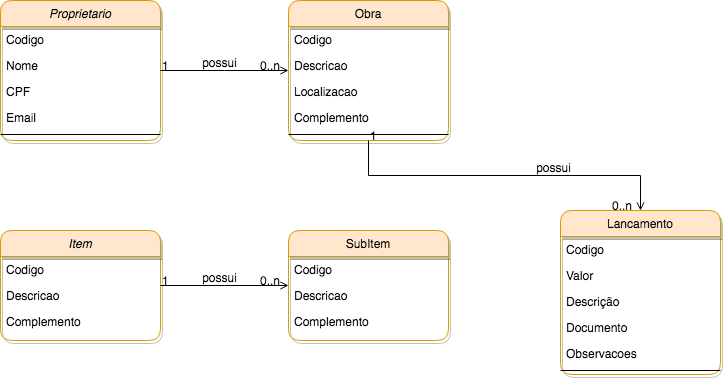
Earlier version of the draw.io export documentos/modelo-conceitual-completo.png (marcoswagner-commits/aula_daw). Source tidied: cells renumbered, new cells last; positions are measured from the earlier drawing's top-left corner, leaving out a move shared by most shapes.
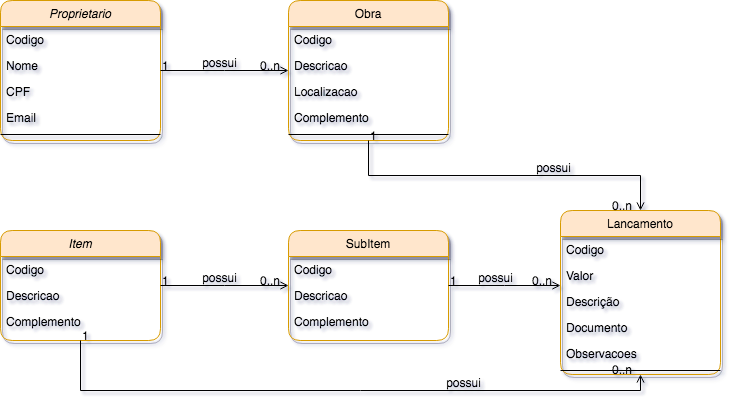
After the change.

What changed in the source:
```diff
@@ -143,5 +143,48 @@
         <mxPoint x="-38" y="40" as="offset" />
       </mxGeometry>
     </mxCell>
+    <mxCell id="41" style="endArrow=open;shadow=0;strokeWidth=1;rounded=0;endFill=1;edgeStyle=elbowEdgeStyle;elbow=vertical;" parent="1" edge="1" source="18" target="30">
+      <mxGeometry x="0.5" y="41" relative="1" as="geometry">
+        <Array as="points">
+          <mxPoint x="340" y="390" />
+        </Array>
+        <mxPoint x="-40" y="32" as="offset" />
+      </mxGeometry>
+    </mxCell>
+    <mxCell id="42" value="1" style="align=left;verticalAlign=bottom;labelBackgroundColor=none;fontSize=12;" parent="41" vertex="1">
+      <mxGeometry x="-1" relative="1" as="geometry">
+        <mxPoint y="4" as="offset" />
+      </mxGeometry>
+    </mxCell>
+    <mxCell id="43" value="0..n" style="align=right;verticalAlign=bottom;labelBackgroundColor=none;fontSize=12;" parent="41" vertex="1">
+      <mxGeometry x="1" relative="1" as="geometry">
+        <mxPoint x="-7" y="4" as="offset" />
+      </mxGeometry>
+    </mxCell>
+    <mxCell id="44" value="possui" style="text;html=1;align=center;verticalAlign=middle;labelBackgroundColor=none;rounded=0;shadow=0;strokeWidth=1;fontSize=12;" parent="41" vertex="1">
+      <mxGeometry x="0.5" y="49" relative="1" as="geometry">
+        <mxPoint x="-38" y="40" as="offset" />
+      </mxGeometry>
+    </mxCell>
+    <mxCell id="45" style="endArrow=open;shadow=0;strokeWidth=1;rounded=0;endFill=1;edgeStyle=elbowEdgeStyle;elbow=vertical;" parent="1" edge="1" source="22" target="30">
+      <mxGeometry x="0.5" y="41" relative="1" as="geometry">
+        <mxPoint x="-40" y="32" as="offset" />
+      </mxGeometry>
+    </mxCell>
+    <mxCell id="46" value="1" style="align=left;verticalAlign=bottom;labelBackgroundColor=none;fontSize=12;" parent="45" vertex="1">
+      <mxGeometry x="-1" relative="1" as="geometry">
+        <mxPoint y="4" as="offset" />
+      </mxGeometry>
+    </mxCell>
+    <mxCell id="47" value="0..n" style="align=right;verticalAlign=bottom;labelBackgroundColor=none;fontSize=12;" parent="45" vertex="1">
+      <mxGeometry x="1" relative="1" as="geometry">
+        <mxPoint x="-7" y="4" as="offset" />
+      </mxGeometry>
+    </mxCell>
+    <mxCell id="48" value="possui" style="text;html=1;align=center;verticalAlign=middle;labelBackgroundColor=none;rounded=0;shadow=0;strokeWidth=1;fontSize=12;" parent="45" vertex="1">
+      <mxGeometry x="0.5" y="49" relative="1" as="geometry">
+        <mxPoint x="-38" y="40" as="offset" />
+      </mxGeometry>
+    </mxCell>
   </root>
 </mxGraphModel>
```
